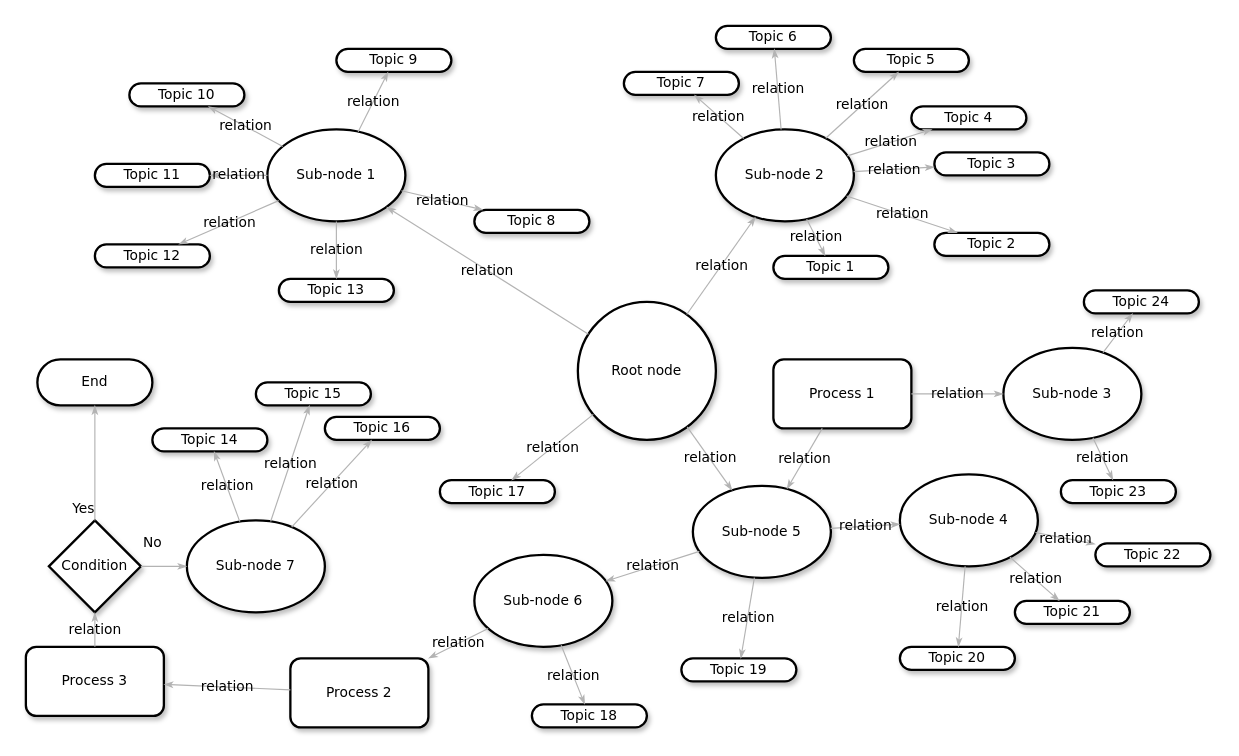
Above: External interfaces.drawio in amerezoji1362/drawio-github (draw.io), before the change. Source tidied: cells renumbered, new cells numbered last; positions are measured from the earlier drawing's top-left corner, leaving out a move shared by most shapes. Both pictures are drawn from the tidied source at 115%, with x=0, y=0 at pixel (25, 25).
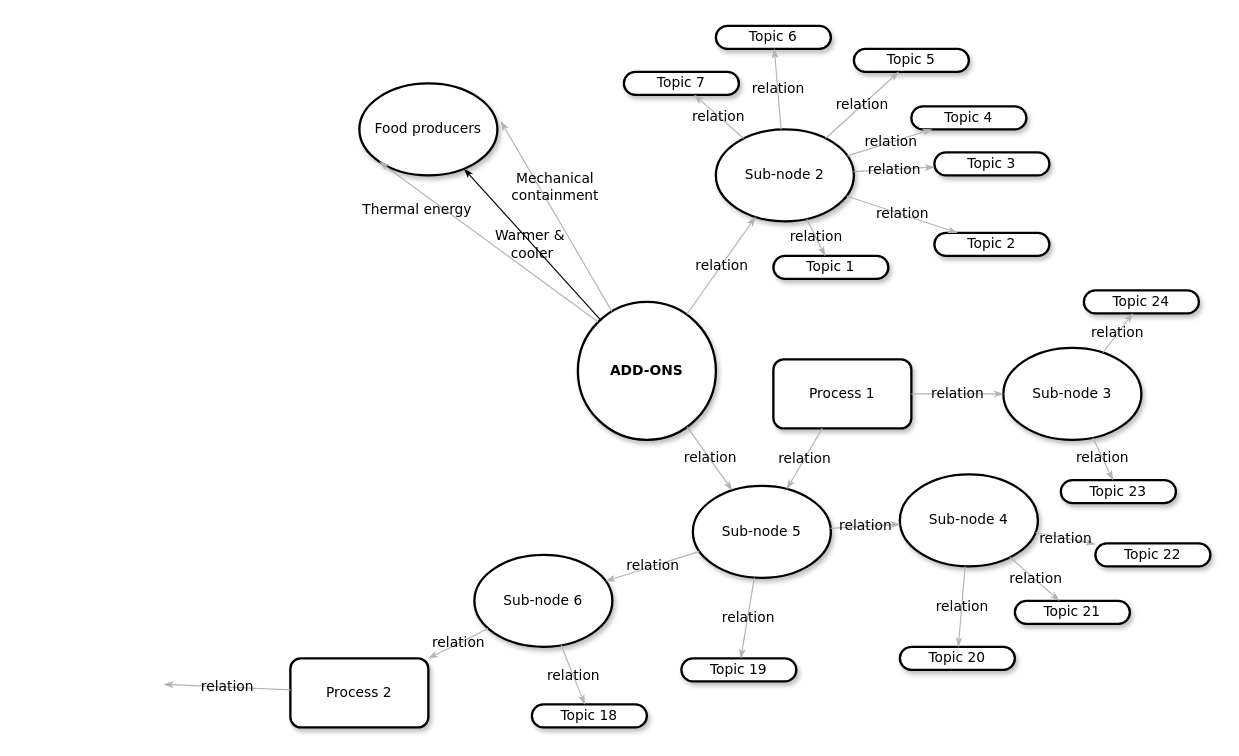
Above is the later version.

Unchanged cells that the change refers to:
```xml
<mxCell id="25" value="Process 2" style="rounded=1;whiteSpace=wrap;html=1;shadow=1;comic=0;labelBackgroundColor=none;strokeWidth=2;fontFamily=Verdana;fontSize=12;align=center;" parent="1" vertex="1">
  <mxGeometry x="230" y="550" width="120" height="60" as="geometry" />
</mxCell>
```

The edit, as a diff of the source:
```diff
@@
-    <mxCell id="2" value="&lt;span&gt;Topic 10&lt;/span&gt;" style="whiteSpace=wrap;html=1;rounded=1;shadow=1;comic=0;labelBackgroundColor=none;strokeWidth=2;fontFamily=Verdana;fontSize=12;align=center;arcSize=50;" parent="1" vertex="1">
-      <mxGeometry x="90" y="50" width="100" height="20" as="geometry" />
-    </mxCell>
-    <mxCell id="3" value="Sub-node 1" style="ellipse;whiteSpace=wrap;html=1;rounded=1;shadow=1;comic=0;labelBackgroundColor=none;strokeWidth=2;fontFamily=Verdana;fontSize=12;align=center;" parent="1" vertex="1">
-      <mxGeometry x="210" y="90" width="120" height="80" as="geometry" />
+    <mxCell id="3" value="Food producers" style="ellipse;whiteSpace=wrap;html=1;rounded=1;shadow=1;comic=0;labelBackgroundColor=none;strokeWidth=2;fontFamily=Verdana;fontSize=12;align=center;" parent="1" vertex="1">
+      <mxGeometry x="290" y="50" width="120" height="80" as="geometry" />
     </mxCell>
@@
-    <mxCell id="5" value="Root node" style="ellipse;whiteSpace=wrap;html=1;rounded=1;shadow=1;comic=0;labelBackgroundColor=none;strokeWidth=2;fontFamily=Verdana;fontSize=12;align=center;" parent="1" vertex="1">
+    <mxCell id="5" value="&lt;b&gt;ADD-ONS&lt;/b&gt;" style="ellipse;whiteSpace=wrap;html=1;rounded=1;shadow=1;comic=0;labelBackgroundColor=none;strokeWidth=2;fontFamily=Verdana;fontSize=12;align=center;" parent="1" vertex="1">
       <mxGeometry x="480" y="240" width="120" height="120" as="geometry" />
     </mxCell>
@@
-    <mxCell id="9" value="&lt;span&gt;Topic 11&lt;/span&gt;" style="whiteSpace=wrap;html=1;rounded=1;shadow=1;comic=0;labelBackgroundColor=none;strokeWidth=2;fontFamily=Verdana;fontSize=12;align=center;arcSize=50;" parent="1" vertex="1">
-      <mxGeometry x="60" y="120" width="100" height="20" as="geometry" />
-    </mxCell>
-    <mxCell id="10" value="&lt;span&gt;Topic 12&lt;/span&gt;" style="whiteSpace=wrap;html=1;rounded=1;shadow=1;comic=0;labelBackgroundColor=none;strokeWidth=2;fontFamily=Verdana;fontSize=12;align=center;arcSize=50;" parent="1" vertex="1">
-      <mxGeometry x="60" y="190" width="100" height="20" as="geometry" />
-    </mxCell>
-    <mxCell id="11" value="&lt;span&gt;Topic 9&lt;/span&gt;" style="whiteSpace=wrap;html=1;rounded=1;shadow=1;comic=0;labelBackgroundColor=none;strokeWidth=2;fontFamily=Verdana;fontSize=12;align=center;arcSize=50;" parent="1" vertex="1">
-      <mxGeometry x="270" y="20" width="100" height="20" as="geometry" />
-    </mxCell>
@@
-    <mxCell id="22" value="End" style="whiteSpace=wrap;html=1;rounded=1;shadow=1;comic=0;labelBackgroundColor=none;strokeWidth=2;fontFamily=Verdana;fontSize=12;align=center;arcSize=50;" parent="1" vertex="1">
-      <mxGeometry x="10" y="290" width="100" height="40" as="geometry" />
-    </mxCell>
-    <mxCell id="23" value="Condition" style="rhombus;whiteSpace=wrap;html=1;rounded=0;shadow=1;comic=0;labelBackgroundColor=none;strokeWidth=2;fontFamily=Verdana;fontSize=12;align=center;" parent="1" vertex="1">
-      <mxGeometry x="20" y="430" width="80" height="80" as="geometry" />
-    </mxCell>
-    <mxCell id="24" value="&lt;span&gt;Process 3&lt;/span&gt;" style="rounded=1;whiteSpace=wrap;html=1;shadow=1;comic=0;labelBackgroundColor=none;strokeWidth=2;fontFamily=Verdana;fontSize=12;align=center;" parent="1" vertex="1">
-      <mxGeometry y="540" width="120" height="60" as="geometry" />
-    </mxCell>
@@
-    <mxCell id="26" value="relation" style="edgeStyle=none;rounded=1;html=1;labelBackgroundColor=none;startArrow=none;startFill=0;startSize=5;endArrow=classicThin;endFill=1;endSize=5;jettySize=auto;strokeColor=#B3B3B3;strokeWidth=1;fontFamily=Verdana;fontSize=12;" parent="1" edge="1" source="3" target="11">
-      <mxGeometry relative="1" as="geometry" />
-    </mxCell>
-    <mxCell id="27" value="relation" style="edgeStyle=none;rounded=1;html=1;labelBackgroundColor=none;startArrow=none;startFill=0;startSize=5;endArrow=classicThin;endFill=1;endSize=5;jettySize=auto;strokeColor=#B3B3B3;strokeWidth=1;fontFamily=Verdana;fontSize=12;" parent="1" edge="1" source="3" target="2">
-      <mxGeometry relative="1" as="geometry" />
-    </mxCell>
-    <mxCell id="28" value="relation" style="edgeStyle=none;rounded=1;html=1;labelBackgroundColor=none;startArrow=none;startFill=0;startSize=5;endArrow=classicThin;endFill=1;endSize=5;jettySize=auto;strokeColor=#B3B3B3;strokeWidth=1;fontFamily=Verdana;fontSize=12;" parent="1" edge="1" source="3" target="9">
-      <mxGeometry relative="1" as="geometry" />
-    </mxCell>
-    <mxCell id="29" value="relation" style="edgeStyle=none;rounded=1;html=1;labelBackgroundColor=none;startArrow=none;startFill=0;startSize=5;endArrow=classicThin;endFill=1;endSize=5;jettySize=auto;strokeColor=#B3B3B3;strokeWidth=1;fontFamily=Verdana;fontSize=12;" parent="1" edge="1" source="3" target="10">
-      <mxGeometry relative="1" as="geometry" />
-    </mxCell>
-    <mxCell id="30" value="relation" style="edgeStyle=none;rounded=1;html=1;labelBackgroundColor=none;startArrow=none;startFill=0;startSize=5;endArrow=classicThin;endFill=1;endSize=5;jettySize=auto;strokeColor=#B3B3B3;strokeWidth=1;fontFamily=Verdana;fontSize=12;" parent="1" edge="1" source="5" target="3">
+    <mxCell id="30" value="&lt;div&gt;Warmer &amp;amp;&amp;nbsp; &lt;br&gt;&lt;/div&gt;&lt;div&gt;cooler &lt;/div&gt;" style="edgeStyle=none;rounded=1;html=1;labelBackgroundColor=none;startArrow=none;startFill=0;startSize=5;endArrow=classicThin;endFill=1;endSize=5;jettySize=auto;strokeColor=#000000;strokeWidth=1;fontFamily=Verdana;fontSize=12;" parent="1" edge="1" source="5" target="3">
       <mxGeometry relative="1" as="geometry" />
     </mxCell>
@@
-    <mxCell id="46" value="relation" style="edgeStyle=none;rounded=1;html=1;labelBackgroundColor=none;startArrow=none;startFill=0;startSize=5;endArrow=classicThin;endFill=1;endSize=5;jettySize=auto;strokeColor=#B3B3B3;strokeWidth=1;fontFamily=Verdana;fontSize=12;" parent="1" edge="1" source="25" target="24">
-      <mxGeometry relative="1" as="geometry" />
+    <mxCell id="46" value="relation" style="edgeStyle=none;rounded=1;html=1;labelBackgroundColor=none;startArrow=none;startFill=0;startSize=5;endArrow=classicThin;endFill=1;endSize=5;jettySize=auto;strokeColor=#B3B3B3;strokeWidth=1;fontFamily=Verdana;fontSize=12;" parent="1" edge="1" source="25">
+      <mxGeometry relative="1" as="geometry">
+        <mxPoint x="120" y="572.6" as="targetPoint" />
+      </mxGeometry>
     </mxCell>
-    <mxCell id="47" value="relation" style="edgeStyle=none;rounded=1;html=1;labelBackgroundColor=none;startArrow=none;startFill=0;startSize=5;endArrow=classicThin;endFill=1;endSize=5;jettySize=auto;strokeColor=#B3B3B3;strokeWidth=1;fontFamily=Verdana;fontSize=12;" parent="1" edge="1" source="24" target="23">
-      <mxGeometry relative="1" as="geometry" />
-    </mxCell>
-    <mxCell id="48" value="Yes" style="edgeStyle=none;rounded=1;html=1;labelBackgroundColor=none;startArrow=none;startFill=0;startSize=5;endArrow=classicThin;endFill=1;endSize=5;jettySize=auto;strokeColor=#B3B3B3;strokeWidth=1;fontFamily=Verdana;fontSize=12;" parent="1" edge="1" source="23" target="22">
-      <mxGeometry x="-0.79" y="10" relative="1" as="geometry" />
-    </mxCell>
@@
-    <mxCell id="53" value="&lt;span&gt;Topic 8&lt;/span&gt;" style="whiteSpace=wrap;html=1;rounded=1;shadow=1;comic=0;labelBackgroundColor=none;strokeWidth=2;fontFamily=Verdana;fontSize=12;align=center;arcSize=50;" parent="1" vertex="1">
-      <mxGeometry x="390" y="160" width="100" height="20" as="geometry" />
-    </mxCell>
-    <mxCell id="54" value="&lt;span&gt;Topic 13&lt;/span&gt;" style="whiteSpace=wrap;html=1;rounded=1;shadow=1;comic=0;labelBackgroundColor=none;strokeWidth=2;fontFamily=Verdana;fontSize=12;align=center;arcSize=50;" parent="1" vertex="1">
-      <mxGeometry x="220" y="220" width="100" height="20" as="geometry" />
-    </mxCell>
@@
-    <mxCell id="57" value="&lt;span&gt;Topic 17&lt;/span&gt;" style="whiteSpace=wrap;html=1;rounded=1;shadow=1;comic=0;labelBackgroundColor=none;strokeWidth=2;fontFamily=Verdana;fontSize=12;align=center;arcSize=50;" parent="1" vertex="1">
-      <mxGeometry x="360" y="395" width="100" height="20" as="geometry" />
-    </mxCell>
-    <mxCell id="58" value="relation" style="edgeStyle=none;rounded=1;html=1;labelBackgroundColor=none;startArrow=none;startFill=0;startSize=5;endArrow=classicThin;endFill=1;endSize=5;jettySize=auto;strokeColor=#B3B3B3;strokeWidth=1;fontFamily=Verdana;fontSize=12;" parent="1" edge="1" source="3" target="53">
-      <mxGeometry relative="1" as="geometry" />
+    <mxCell id="58" value="&lt;div&gt;Mechanical &lt;br&gt;&lt;/div&gt;&lt;div&gt;containment &lt;/div&gt;" style="edgeStyle=none;rounded=1;html=1;labelBackgroundColor=none;startArrow=none;startFill=0;startSize=5;endArrow=classicThin;endFill=1;endSize=5;jettySize=auto;strokeColor=#B3B3B3;strokeWidth=1;fontFamily=Verdana;fontSize=12;entryX=1.025;entryY=0.413;entryDx=0;entryDy=0;entryPerimeter=0;" parent="1" edge="1" source="5" target="3">
+      <mxGeometry x="0.24" y="-12" relative="1" as="geometry">
+        <mxPoint y="1" as="offset" />
+      </mxGeometry>
     </mxCell>
-    <mxCell id="59" value="relation" style="edgeStyle=none;rounded=1;html=1;labelBackgroundColor=none;startArrow=none;startFill=0;startSize=5;endArrow=classicThin;endFill=1;endSize=5;jettySize=auto;strokeColor=#B3B3B3;strokeWidth=1;fontFamily=Verdana;fontSize=12;" parent="1" edge="1" source="3" target="54">
-      <mxGeometry relative="1" as="geometry" />
+    <mxCell id="59" value="Thermal energy " style="edgeStyle=none;rounded=1;html=1;labelBackgroundColor=none;startArrow=none;startFill=0;startSize=5;endArrow=classicThin;endFill=1;endSize=5;jettySize=auto;strokeColor=#B3B3B3;strokeWidth=1;fontFamily=Verdana;fontSize=12;exitX=0;exitY=0;exitDx=0;exitDy=0;entryX=0;entryY=1;entryDx=0;entryDy=0;" parent="1" edge="1" source="5" target="3">
+      <mxGeometry x="0.57" y="14" relative="1" as="geometry">
+        <mxPoint y="1" as="offset" />
+      </mxGeometry>
     </mxCell>
@@
-    <mxCell id="64" value="&lt;span&gt;Sub-node 7&lt;/span&gt;" style="ellipse;whiteSpace=wrap;html=1;rounded=1;shadow=1;comic=0;labelBackgroundColor=none;strokeWidth=2;fontFamily=Verdana;fontSize=12;align=center;" parent="1" vertex="1">
-      <mxGeometry x="140" y="430" width="120" height="80" as="geometry" />
-    </mxCell>
-    <mxCell id="65" value="&lt;span&gt;Topic 16&lt;/span&gt;" style="whiteSpace=wrap;html=1;rounded=1;shadow=1;comic=0;labelBackgroundColor=none;strokeWidth=2;fontFamily=Verdana;fontSize=12;align=center;arcSize=50;" parent="1" vertex="1">
-      <mxGeometry x="260" y="340" width="100" height="20" as="geometry" />
-    </mxCell>
-    <mxCell id="66" value="&lt;span&gt;Topic 15&lt;/span&gt;" style="whiteSpace=wrap;html=1;rounded=1;shadow=1;comic=0;labelBackgroundColor=none;strokeWidth=2;fontFamily=Verdana;fontSize=12;align=center;arcSize=50;" parent="1" vertex="1">
-      <mxGeometry x="200" y="310" width="100" height="20" as="geometry" />
-    </mxCell>
-    <mxCell id="67" value="&lt;span&gt;Topic 14&lt;/span&gt;" style="whiteSpace=wrap;html=1;rounded=1;shadow=1;comic=0;labelBackgroundColor=none;strokeWidth=2;fontFamily=Verdana;fontSize=12;align=center;arcSize=50;" parent="1" vertex="1">
-      <mxGeometry x="110" y="350" width="100" height="20" as="geometry" />
-    </mxCell>
-    <mxCell id="68" value="relation" style="edgeStyle=none;rounded=1;html=1;labelBackgroundColor=none;startArrow=none;startFill=0;startSize=5;endArrow=classicThin;endFill=1;endSize=5;jettySize=auto;strokeColor=#B3B3B3;strokeWidth=1;fontFamily=Verdana;fontSize=12;" parent="1" edge="1" source="64" target="67">
-      <mxGeometry relative="1" as="geometry" />
-    </mxCell>
-    <mxCell id="69" value="relation" style="edgeStyle=none;rounded=1;html=1;labelBackgroundColor=none;startArrow=none;startFill=0;startSize=5;endArrow=classicThin;endFill=1;endSize=5;jettySize=auto;strokeColor=#B3B3B3;strokeWidth=1;fontFamily=Verdana;fontSize=12;" parent="1" edge="1" source="64" target="66">
-      <mxGeometry relative="1" as="geometry" />
-    </mxCell>
-    <mxCell id="70" value="relation" style="edgeStyle=none;rounded=1;html=1;labelBackgroundColor=none;startArrow=none;startFill=0;startSize=5;endArrow=classicThin;endFill=1;endSize=5;jettySize=auto;strokeColor=#B3B3B3;strokeWidth=1;fontFamily=Verdana;fontSize=12;" parent="1" edge="1" source="64" target="65">
-      <mxGeometry relative="1" as="geometry" />
-    </mxCell>
-    <mxCell id="71" value="No" style="edgeStyle=none;rounded=1;html=1;labelBackgroundColor=none;startArrow=none;startFill=0;startSize=5;endArrow=classicThin;endFill=1;endSize=5;jettySize=auto;strokeColor=#B3B3B3;strokeWidth=1;fontFamily=Verdana;fontSize=12;" parent="1" edge="1" source="23" target="64">
-      <mxGeometry x="-0.5" y="20" relative="1" as="geometry" />
-    </mxCell>
-    <mxCell id="72" value="relation" style="edgeStyle=none;rounded=1;html=1;labelBackgroundColor=none;startArrow=none;startFill=0;startSize=5;endArrow=classicThin;endFill=1;endSize=5;jettySize=auto;strokeColor=#B3B3B3;strokeWidth=1;fontFamily=Verdana;fontSize=12;" parent="1" edge="1" source="5" target="57">
-      <mxGeometry relative="1" as="geometry" />
-    </mxCell>
```
